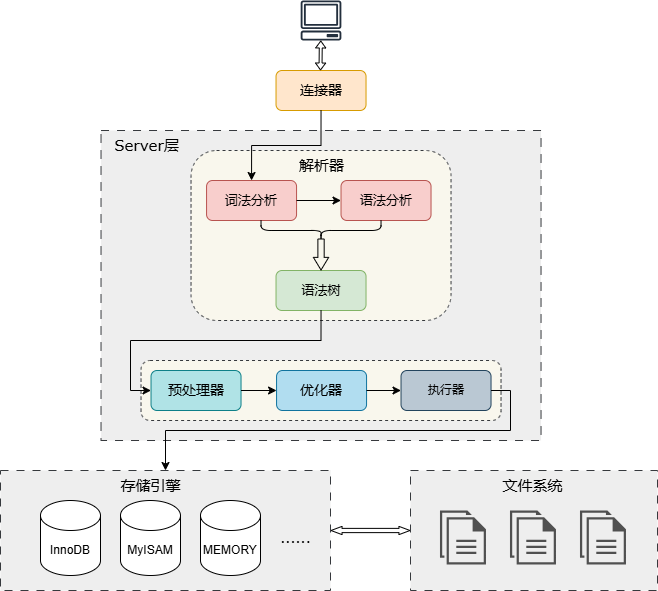
guxdong/imgrepo keeps this draw.io diagram as mysql/SQL执行过程.drawio.png. Above is the earlier version. Source tidied: cells renumbered, new cells last; positions are measured from the earlier drawing's top-left corner, leaving out a move shared by most shapes.
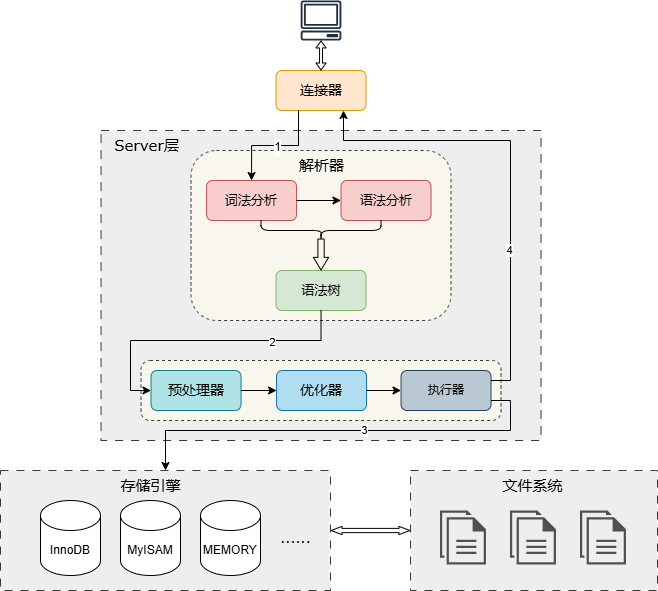
After the change.

Commit message:
更新SQL执行过程.drawio.png

What changed in the source:
```diff
@@ -65,14 +65,9 @@
     <mxCell id="22" style="shape=flexArrow;endArrow=classic;startArrow=classic;html=1;rounded=0;exitX=1;exitY=0.5;exitDx=0;exitDy=0;entryX=0;entryY=0.5;entryDx=0;entryDy=0;width=4.230769230769231;endSize=3.342307692307692;endWidth=3.032544378698225;startWidth=3.032544378698225;startSize=3.342307692307692;" parent="1" edge="1" source="34" target="28">
       <mxGeometry relative="1" as="geometry" />
     </mxCell>
-    <mxCell id="23" style="shape=flexArrow;endArrow=classic;startArrow=classic;html=1;rounded=0;width=2.9530201342281877;endSize=1.9923076923076921;startSize=1.9923076923076921;startWidth=6.190828402366864;endWidth=6.190828402366864;" parent="1" edge="1" target="3">
-      <mxGeometry relative="1" as="geometry">
-        <mxPoint x="320" y="70" as="sourcePoint" />
-      </mxGeometry>
+    <mxCell id="23" style="shape=flexArrow;endArrow=classic;startArrow=classic;html=1;rounded=0;width=2.9530201342281877;endSize=1.9923076923076921;startSize=1.9923076923076921;startWidth=6.190828402366864;endWidth=6.190828402366864;exitX=0.5;exitY=0;exitDx=0;exitDy=0;" parent="1" edge="1" source="4" target="3">
+      <mxGeometry relative="1" as="geometry" />
     </mxCell>
-    <mxCell id="24" style="endArrow=classic;html=1;rounded=0;entryX=0.5;entryY=0;entryDx=0;entryDy=0;exitX=0.5;exitY=1;exitDx=0;exitDy=0;edgeStyle=orthogonalEdgeStyle;" parent="1" edge="1" source="4" target="7">
-      <mxGeometry relative="1" as="geometry" />
-    </mxCell>
     <mxCell id="25" style="endArrow=classic;html=1;rounded=0;entryX=0;entryY=0.5;entryDx=0;entryDy=0;exitX=0.5;exitY=1;exitDx=0;exitDy=0;edgeStyle=orthogonalEdgeStyle;" parent="1" edge="1" source="9" target="16">
       <mxGeometry relative="1" as="geometry">
         <Array as="points">
@@ -82,15 +77,21 @@
         </Array>
       </mxGeometry>
     </mxCell>
+    <mxCell id="40" value="2" style="edgeLabel;html=1;align=center;verticalAlign=middle;" parent="25" vertex="1">
+      <mxGeometry x="-0.46" y="1" relative="1" as="geometry" />
+    </mxCell>
-    <mxCell id="26" style="endArrow=classic;html=1;rounded=0;entryX=0.5;entryY=0;entryDx=0;entryDy=0;exitX=1;exitY=0.5;exitDx=0;exitDy=0;edgeStyle=orthogonalEdgeStyle;" parent="1" edge="1" source="18" target="34">
+    <mxCell id="26" style="endArrow=classic;html=1;rounded=0;entryX=0.5;entryY=0;entryDx=0;entryDy=0;exitX=1;exitY=0.75;exitDx=0;exitDy=0;edgeStyle=orthogonalEdgeStyle;" parent="1" edge="1" source="18" target="34">
       <mxGeometry relative="1" as="geometry">
         <Array as="points">
-          <mxPoint x="510" y="390" />
+          <mxPoint x="510" y="400" />
           <mxPoint x="510" y="430" />
           <mxPoint x="165" y="430" />
         </Array>
       </mxGeometry>
     </mxCell>
+    <mxCell id="41" value="3" style="edgeLabel;html=1;align=center;verticalAlign=middle;" parent="26" vertex="1">
+      <mxGeometry x="-0.1" y="-1" relative="1" as="geometry" />
+    </mxCell>
     <mxCell id="27" style="group;" parent="1" vertex="1">
       <mxGeometry x="410" y="470" width="247" height="120" as="geometry" />
     </mxCell>
@@ -130,5 +131,23 @@
     <mxCell id="39" value="&lt;font style=&quot;font-size: 15px;&quot; face=&quot;Verdana&quot;&gt;存储引擎&lt;/font&gt;" style="text;html=1;align=center;verticalAlign=middle;strokeColor=none;fillColor=none;" parent="33" vertex="1">
       <mxGeometry x="110" width="80" height="30" as="geometry" />
     </mxCell>
+    <mxCell id="24" style="endArrow=classic;html=1;rounded=0;entryX=0.5;entryY=0;entryDx=0;entryDy=0;exitX=0.25;exitY=1;exitDx=0;exitDy=0;edgeStyle=orthogonalEdgeStyle;" parent="1" edge="1" source="4" target="7">
+      <mxGeometry relative="1" as="geometry" />
+    </mxCell>
+    <mxCell id="42" value="&lt;font style=&quot;font-size: 12px;&quot;&gt;1&lt;/font&gt;" style="edgeLabel;html=1;align=center;verticalAlign=middle;" parent="24" vertex="1">
+      <mxGeometry x="-0.03" y="1" relative="1" as="geometry" />
+    </mxCell>
+    <mxCell id="43" style="endArrow=classic;html=1;rounded=0;entryX=0.75;entryY=1;entryDx=0;entryDy=0;exitX=1;exitY=0.25;exitDx=0;exitDy=0;edgeStyle=orthogonalEdgeStyle;" parent="1" edge="1" source="18" target="4">
+      <mxGeometry relative="1" as="geometry">
+        <Array as="points">
+          <mxPoint x="510" y="380" />
+          <mxPoint x="510" y="140" />
+          <mxPoint x="343" y="140" />
+        </Array>
+      </mxGeometry>
+    </mxCell>
+    <mxCell id="44" value="4" style="edgeLabel;html=1;align=center;verticalAlign=middle;" parent="43" vertex="1">
+      <mxGeometry x="-0.34" y="2" relative="1" as="geometry" />
+    </mxCell>
   </root>
 </mxGraphModel>
```
